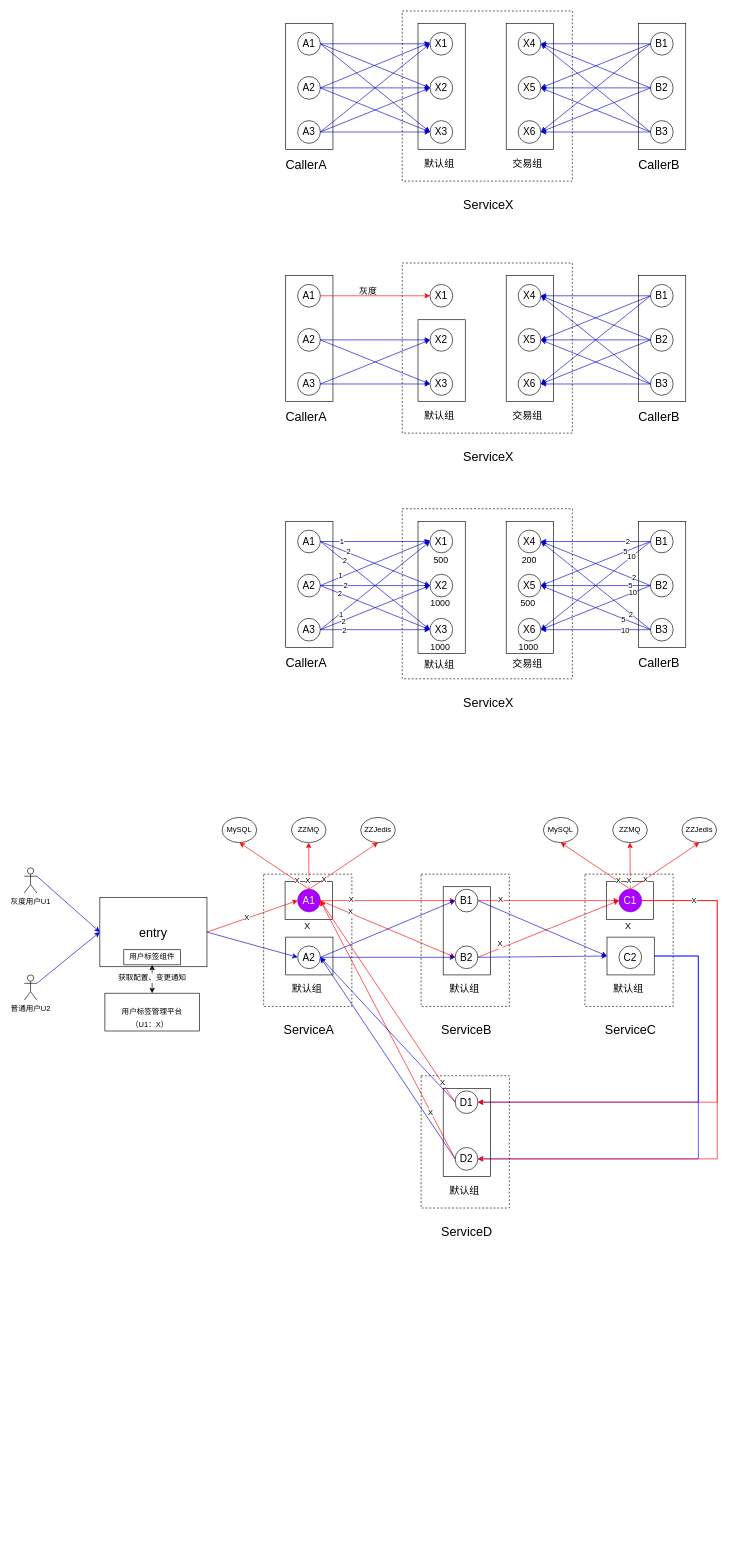
This is zz/srvmgr/flow_control.drawio from waterystone/draw_io, a draw.io file, before an edit. Source tidied: cells renumbered, new cells numbered last; positions are measured from the earlier drawing's top-left corner, leaving out a move shared by most shapes. Both pictures are drawn from the tidied source at 63%, with x=0, y=0 at pixel (24, 11).
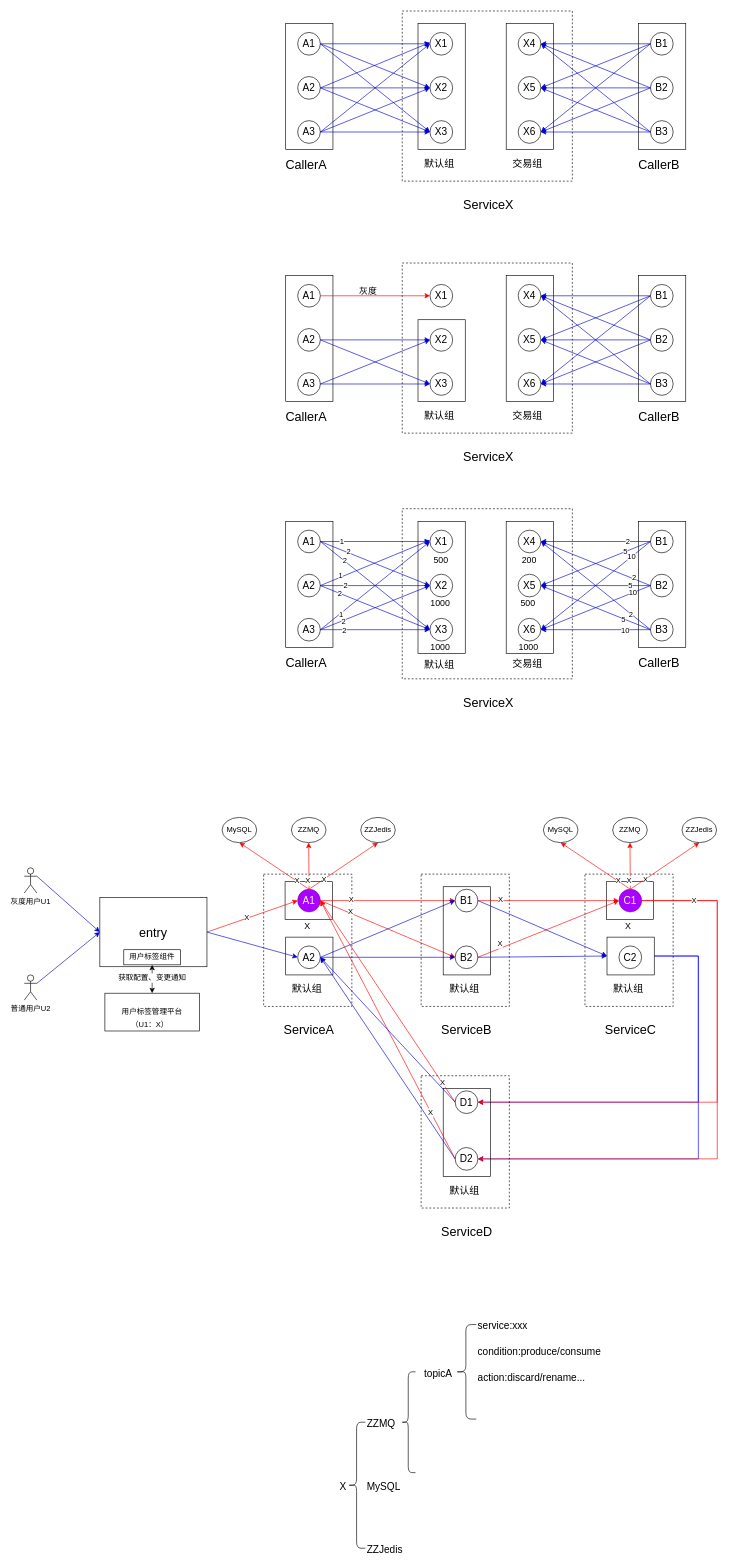
The same page after the edit.

Change to the diagram source:
```diff
@@
+    <mxCell id="225" style="shape=curlyBracket;whiteSpace=wrap;html=1;rounded=1;fillColor=none;" parent="1" vertex="1">
+      <mxGeometry x="513.5" y="2240" width="28" height="200" as="geometry" />
+    </mxCell>
+    <mxCell id="226" value="&lt;font style=&quot;font-size: 16px&quot;&gt;X&lt;/font&gt;" style="text;html=1;align=left;verticalAlign=top;spacingTop=-4;" parent="1" vertex="1">
+      <mxGeometry x="498.5" y="2330" width="30" height="20" as="geometry" />
+    </mxCell>
+    <mxCell id="227" value="&lt;font style=&quot;font-size: 16px&quot;&gt;ZZMQ&lt;/font&gt;" style="text;html=1;align=left;verticalAlign=top;spacingTop=-4;" parent="1" vertex="1">
+      <mxGeometry x="541.5" y="2230" width="60" height="20" as="geometry" />
+    </mxCell>
+    <mxCell id="228" value="&lt;span style=&quot;font-size: 16px&quot;&gt;MySQL&lt;/span&gt;" style="text;html=1;align=left;verticalAlign=top;spacingTop=-4;" parent="1" vertex="1">
+      <mxGeometry x="541.5" y="2330" width="70" height="20" as="geometry" />
+    </mxCell>
+    <mxCell id="229" value="&lt;span style=&quot;font-size: 16px&quot;&gt;ZZJedis&lt;/span&gt;" style="text;html=1;align=left;verticalAlign=top;spacingTop=-4;" parent="1" vertex="1">
+      <mxGeometry x="541.5" y="2430" width="70" height="20" as="geometry" />
+    </mxCell>
+    <mxCell id="230" style="shape=curlyBracket;whiteSpace=wrap;html=1;rounded=1;fillColor=none;" parent="1" vertex="1">
+      <mxGeometry x="598" y="2160" width="23" height="160" as="geometry" />
+    </mxCell>
+    <mxCell id="231" value="&lt;font style=&quot;font-size: 16px&quot;&gt;topicA&lt;/font&gt;" style="text;html=1;align=left;verticalAlign=top;spacingTop=-4;" parent="1" vertex="1">
+      <mxGeometry x="633" y="2150" width="60" height="20" as="geometry" />
+    </mxCell>
+    <mxCell id="232" style="shape=curlyBracket;whiteSpace=wrap;html=1;rounded=1;fillColor=none;" parent="1" vertex="1">
+      <mxGeometry x="684.5" y="2085" width="33" height="150" as="geometry" />
+    </mxCell>
+    <mxCell id="233" value="&lt;span style=&quot;font-size: 16px&quot;&gt;service:xxx&lt;/span&gt;" style="text;html=1;align=left;verticalAlign=top;spacingTop=-4;" parent="1" vertex="1">
+      <mxGeometry x="717.5" y="2075" width="90" height="20" as="geometry" />
+    </mxCell>
+    <mxCell id="234" value="&lt;span style=&quot;font-size: 16px&quot;&gt;condition:produce/consume&lt;/span&gt;" style="text;html=1;align=left;verticalAlign=top;spacingTop=-4;" parent="1" vertex="1">
+      <mxGeometry x="717.5" y="2115" width="210" height="20" as="geometry" />
+    </mxCell>
+    <mxCell id="235" value="&lt;span style=&quot;font-size: 16px&quot;&gt;action:discard/rename...&lt;/span&gt;" style="text;html=1;align=left;verticalAlign=top;spacingTop=-4;" parent="1" vertex="1">
+      <mxGeometry x="717.5" y="2157" width="190" height="20" as="geometry" />
+    </mxCell>
```
